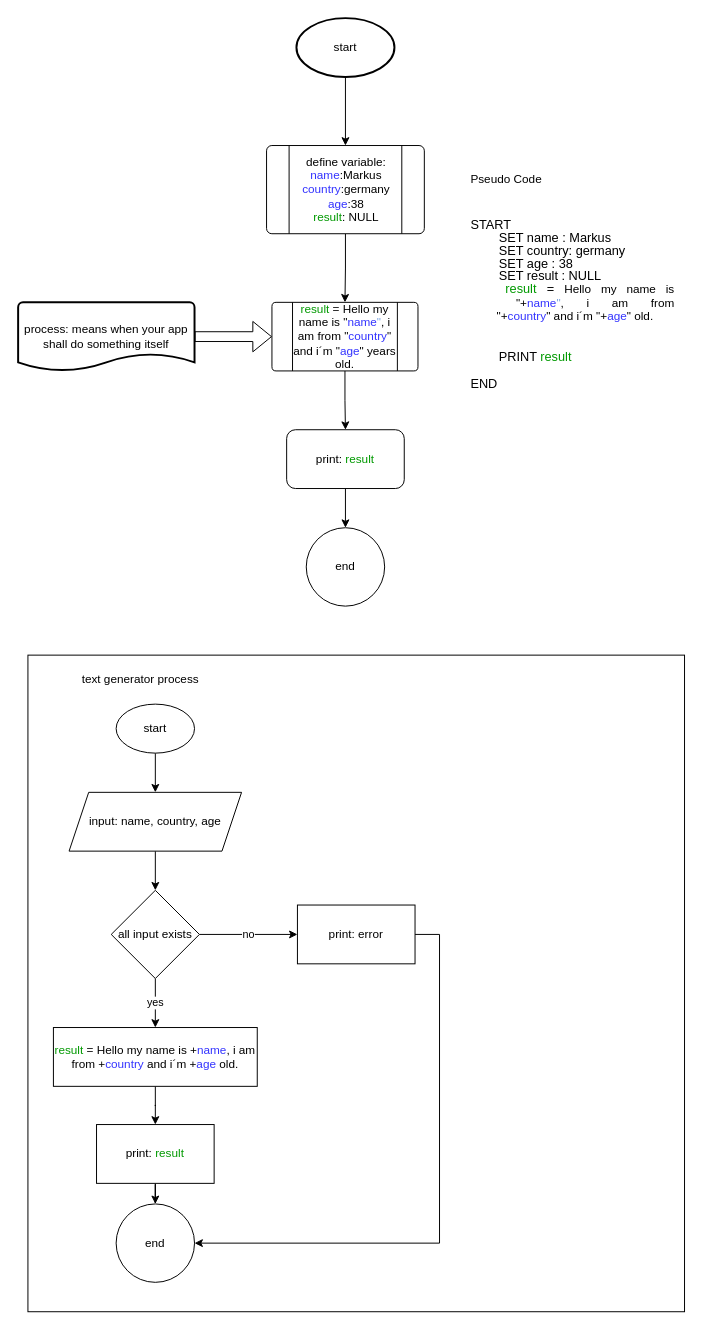
Mk-link/Root keeps this draw.io diagram as Dokumente/Tag 3/Hellomynameis.drawio. Above is the earlier version. Source tidied: cells renumbered, new cells numbered last; positions are measured from the earlier drawing's top-left corner, leaving out a move shared by most shapes. Both pictures are drawn from the tidied source at 98%, with x=0, y=0 at pixel (18, 18).
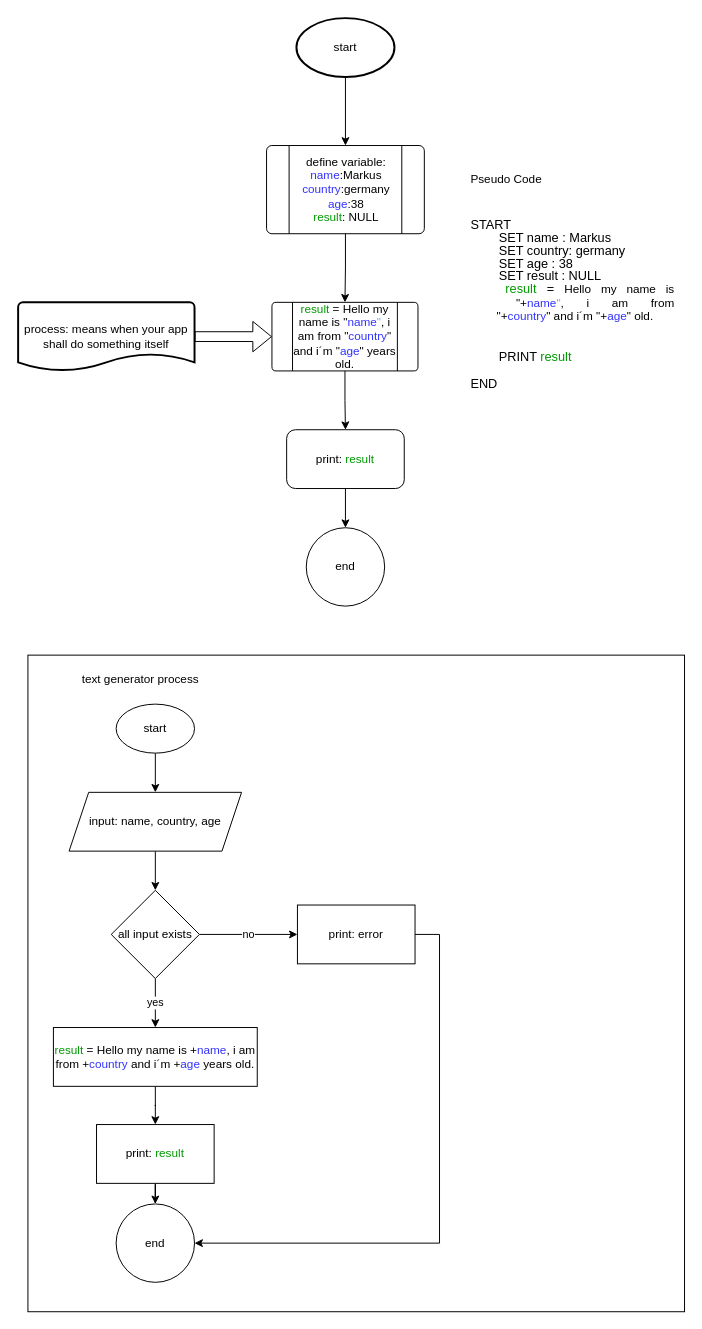
The same diagram, later.

The edit, as a diff of the source:
```diff
@@
-    <mxCell id="22" value="&lt;div&gt;&lt;font style=&quot;color: rgb(0, 0, 0);&quot;&gt;&lt;font style=&quot;color: rgb(0, 153, 0);&quot;&gt;result&lt;/font&gt;&amp;nbsp;= Hello my name is +&lt;font style=&quot;color: rgb(51, 51, 255);&quot;&gt;name&lt;/font&gt;, i am from +&lt;font style=&quot;color: rgb(51, 51, 255);&quot;&gt;country&lt;/font&gt;&amp;nbsp;and i´m +&lt;font style=&quot;color: rgb(51, 51, 255);&quot;&gt;age&lt;/font&gt;&amp;nbsp;old.&lt;/font&gt;&lt;/div&gt;" style="rounded=0;whiteSpace=wrap;html=1;" parent="1" vertex="1">
+    <mxCell id="22" value="&lt;div&gt;&lt;font style=&quot;color: rgb(0, 0, 0);&quot;&gt;&lt;font style=&quot;color: rgb(0, 153, 0);&quot;&gt;result&lt;/font&gt;&amp;nbsp;= Hello my name is +&lt;font style=&quot;color: rgb(51, 51, 255);&quot;&gt;name&lt;/font&gt;, i am from +&lt;font style=&quot;color: rgb(51, 51, 255);&quot;&gt;country&lt;/font&gt;&amp;nbsp;and i´m +&lt;font style=&quot;color: rgb(51, 51, 255);&quot;&gt;age&lt;/font&gt;&amp;nbsp;years old.&lt;/font&gt;&lt;/div&gt;" style="rounded=0;whiteSpace=wrap;html=1;" parent="1" vertex="1">
       <mxGeometry x="36" y="1030" width="208" height="60" as="geometry" />
     </mxCell>
```
